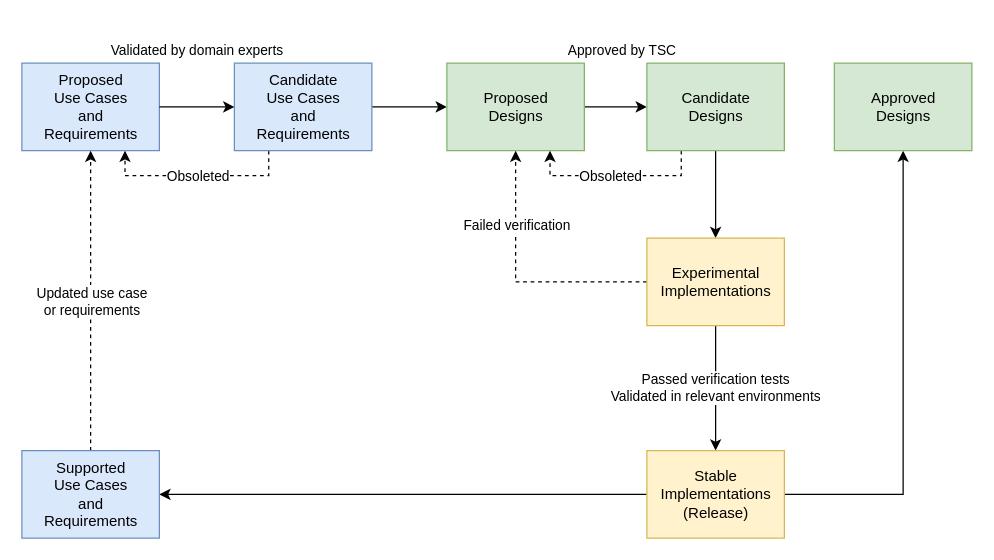
The draw.io diagram docs_src/design/Design-Process.drawio.xml in edgexfoundry/edgex-docs, before the edit. Source tidied: cells renumbered, new cells numbered last; positions are measured from the earlier drawing's top-left corner, leaving out a move shared by most shapes. Both pictures are drawn from the tidied source at 125%, with x=0, y=0 at pixel (21, 62).
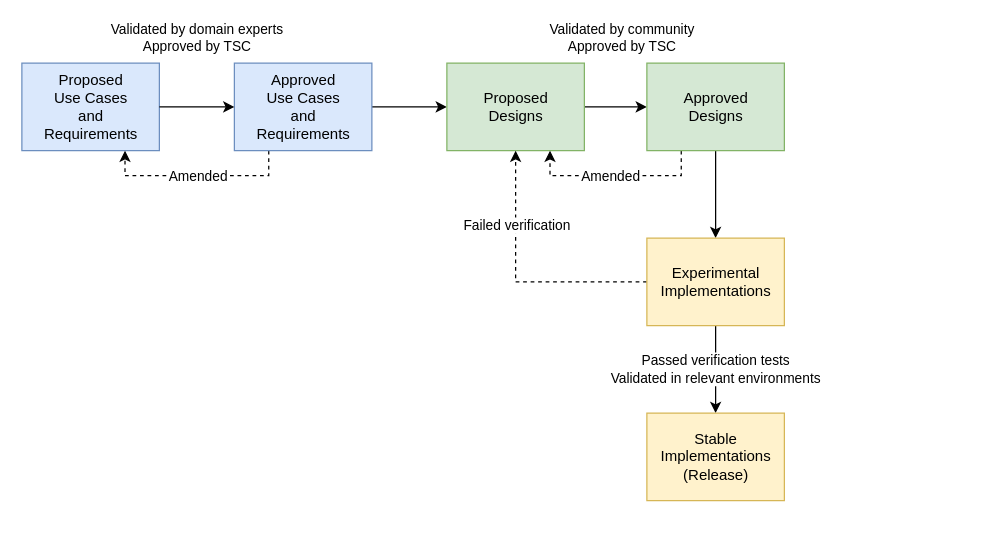
Above is the later version.

Commit message (it also covers changes not shown here):
docs: simplify template and process diagram

Unchanged cells that the change refers to:
```xml
<mxCell id="2" value="Proposed&lt;br&gt;Use Cases&lt;br&gt;and&lt;br&gt;Requirements" style="html=1;fillColor=#dae8fc;strokeColor=#6c8ebf;" parent="1" vertex="1">
  <mxGeometry width="110" height="70" as="geometry" />
</mxCell>
<mxCell id="4" style="edgeStyle=orthogonalEdgeStyle;rounded=0;jettySize=auto;html=1;entryX=0.75;entryY=1;entryDx=0;entryDy=0;dashed=1;exitX=0.25;exitY=1;exitDx=0;exitDy=0;" parent="1" edge="1" source="6" target="2">
  <mxGeometry relative="1" as="geometry" />
</mxCell>
<mxCell id="9" value="Proposed&lt;br&gt;Designs" style="html=1;fillColor=#d5e8d4;strokeColor=#82b366;" parent="1" vertex="1">
  <mxGeometry x="340" width="110" height="70" as="geometry" />
</mxCell>
<mxCell id="11" style="edgeStyle=orthogonalEdgeStyle;rounded=0;jettySize=auto;html=1;exitX=0.25;exitY=1;exitDx=0;exitDy=0;entryX=0.75;entryY=1;entryDx=0;entryDy=0;dashed=1;" parent="1" edge="1" source="13" target="9">
  <mxGeometry relative="1" as="geometry" />
</mxCell>
```

The edit, as a diff of the source:
```diff
@@
-    <mxCell id="5" value="Obsoleted" style="edgeLabel;html=1;align=center;verticalAlign=middle;" parent="4" vertex="1">
+    <mxCell id="5" value="Amended" style="edgeLabel;html=1;align=center;verticalAlign=middle;" parent="4" vertex="1">
       <mxGeometry x="-0.31" relative="1" as="geometry">
         <mxPoint x="-24" as="offset" />
       </mxGeometry>
     </mxCell>
-    <mxCell id="6" value="Candidate&lt;br&gt;Use Cases&lt;br&gt;and&lt;br&gt;Requirements" style="html=1;fillColor=#dae8fc;strokeColor=#6c8ebf;" parent="1" vertex="1">
+    <mxCell id="6" value="Approved&lt;br&gt;Use Cases&lt;br&gt;and&lt;br&gt;Requirements" style="html=1;fillColor=#dae8fc;strokeColor=#6c8ebf;" parent="1" vertex="1">
       <mxGeometry x="170" width="110" height="70" as="geometry" />
     </mxCell>
-    <mxCell id="7" value="Validated by domain experts" style="edgeStyle=orthogonalEdgeStyle;rounded=0;jettySize=auto;html=1;entryX=0;entryY=0.5;entryDx=0;entryDy=0;" parent="1" edge="1" source="2" target="6">
-      <mxGeometry y="45" relative="1" as="geometry" />
+    <mxCell id="7" value="Validated by domain experts&lt;br&gt;Approved by TSC" style="edgeStyle=orthogonalEdgeStyle;rounded=0;jettySize=auto;html=1;entryX=0;entryY=0.5;entryDx=0;entryDy=0;" parent="1" edge="1" source="2" target="6">
+      <mxGeometry y="55" relative="1" as="geometry" />
     </mxCell>
-    <mxCell id="8" value="Approved by TSC" style="edgeStyle=orthogonalEdgeStyle;rounded=0;jettySize=auto;html=1;" parent="1" edge="1" source="9" target="13">
-      <mxGeometry x="0.2" y="45" relative="1" as="geometry" />
+    <mxCell id="8" value="Validated by community&lt;br&gt;Approved by TSC" style="edgeStyle=orthogonalEdgeStyle;rounded=0;jettySize=auto;html=1;" parent="1" edge="1" source="9" target="13">
+      <mxGeometry x="0.2" y="55" relative="1" as="geometry" />
     </mxCell>
@@
-    <mxCell id="12" value="Obsoleted" style="edgeLabel;html=1;align=center;verticalAlign=middle;" parent="11" vertex="1">
+    <mxCell id="12" value="Amended" style="edgeLabel;html=1;align=center;verticalAlign=middle;" parent="11" vertex="1">
       <mxGeometry x="-0.38" y="-2" relative="1" as="geometry">
         <mxPoint x="-32" y="2" as="offset" />
       </mxGeometry>
     </mxCell>
-    <mxCell id="13" value="Candidate&lt;br&gt;Designs" style="html=1;fillColor=#d5e8d4;strokeColor=#82b366;" parent="1" vertex="1">
+    <mxCell id="13" value="Approved&lt;br&gt;Designs" style="html=1;fillColor=#d5e8d4;strokeColor=#82b366;" parent="1" vertex="1">
       <mxGeometry x="500" width="110" height="70" as="geometry" />
     </mxCell>
@@
-    <mxCell id="18" style="edgeStyle=orthogonalEdgeStyle;rounded=0;jettySize=auto;html=1;" parent="1" edge="1" source="20" target="23">
-      <mxGeometry relative="1" as="geometry" />
-    </mxCell>
-    <mxCell id="19" style="edgeStyle=orthogonalEdgeStyle;rounded=0;jettySize=auto;html=1;" parent="1" edge="1" source="20" target="24">
-      <mxGeometry relative="1" as="geometry" />
-    </mxCell>
     <mxCell id="20" value="Stable&lt;br&gt;Implementations&lt;br&gt;(Release)" style="html=1;fillColor=#fff2cc;strokeColor=#d6b656;" parent="1" vertex="1">
-      <mxGeometry x="500" y="310" width="110" height="70" as="geometry" />
+      <mxGeometry x="500" y="280" width="110" height="70" as="geometry" />
     </mxCell>
-    <mxCell id="21" style="edgeStyle=orthogonalEdgeStyle;rounded=0;jettySize=auto;html=1;entryX=0.5;entryY=1;entryDx=0;entryDy=0;dashed=1;" parent="1" edge="1" source="23" target="2">
-      <mxGeometry relative="1" as="geometry" />
-    </mxCell>
-    <mxCell id="22" value="Updated use case&lt;br&gt;or requirements" style="edgeLabel;html=1;align=center;verticalAlign=middle;" parent="21" vertex="1">
-      <mxGeometry x="0.13" y="3" relative="1" as="geometry">
-        <mxPoint x="3" y="16" as="offset" />
-      </mxGeometry>
-    </mxCell>
-    <mxCell id="23" value="Supported&lt;br&gt;Use Cases&lt;br&gt;and&lt;br&gt;Requirements" style="html=1;fillColor=#dae8fc;strokeColor=#6c8ebf;" parent="1" vertex="1">
-      <mxGeometry y="310" width="110" height="70" as="geometry" />
-    </mxCell>
-    <mxCell id="24" value="Approved&lt;br&gt;Designs" style="html=1;fillColor=#d5e8d4;strokeColor=#82b366;" parent="1" vertex="1">
-      <mxGeometry x="650" width="110" height="70" as="geometry" />
-    </mxCell>
```
